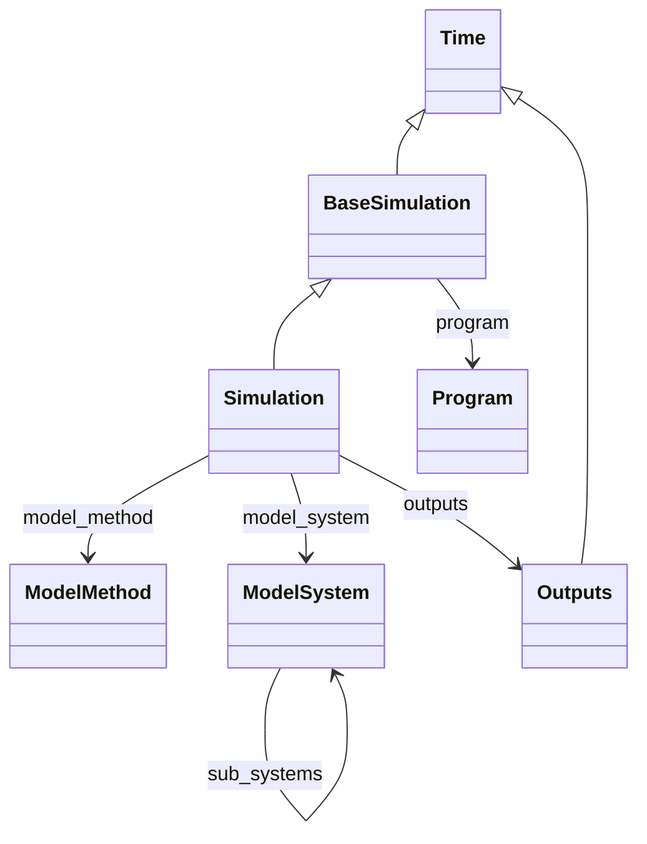
Earlier version of the Mermaid export docs/assets/diagrams/simulation_0.png (FAIRmat-NFDI/nomad-simulations). Its source is kept beside it as docs/assets/diagrams/simulation_0.png.mmd.
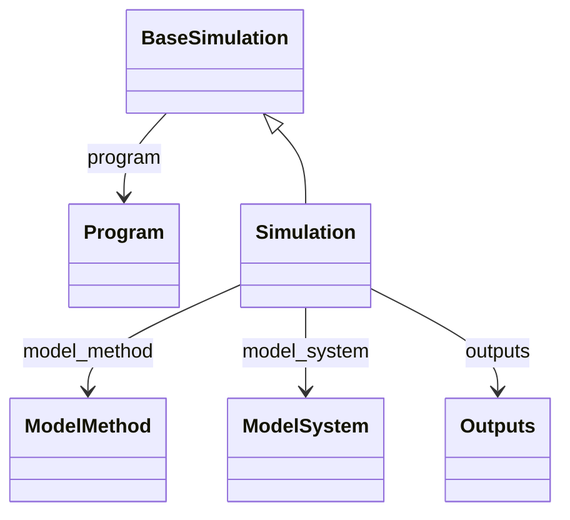
After the commit.

Diff of the diagram source:
```diff
@@ -5,12 +5,8 @@
     class Outputs
     class Program
     class Simulation
-    class Time
-    Time <|-- BaseSimulation
-    Time <|-- Outputs
     BaseSimulation <|-- Simulation
     BaseSimulation --> Program : program
-    ModelSystem --> ModelSystem : sub_systems
     Simulation --> ModelMethod : model_method
     Simulation --> ModelSystem : model_system
     Simulation --> Outputs : outputs
```
